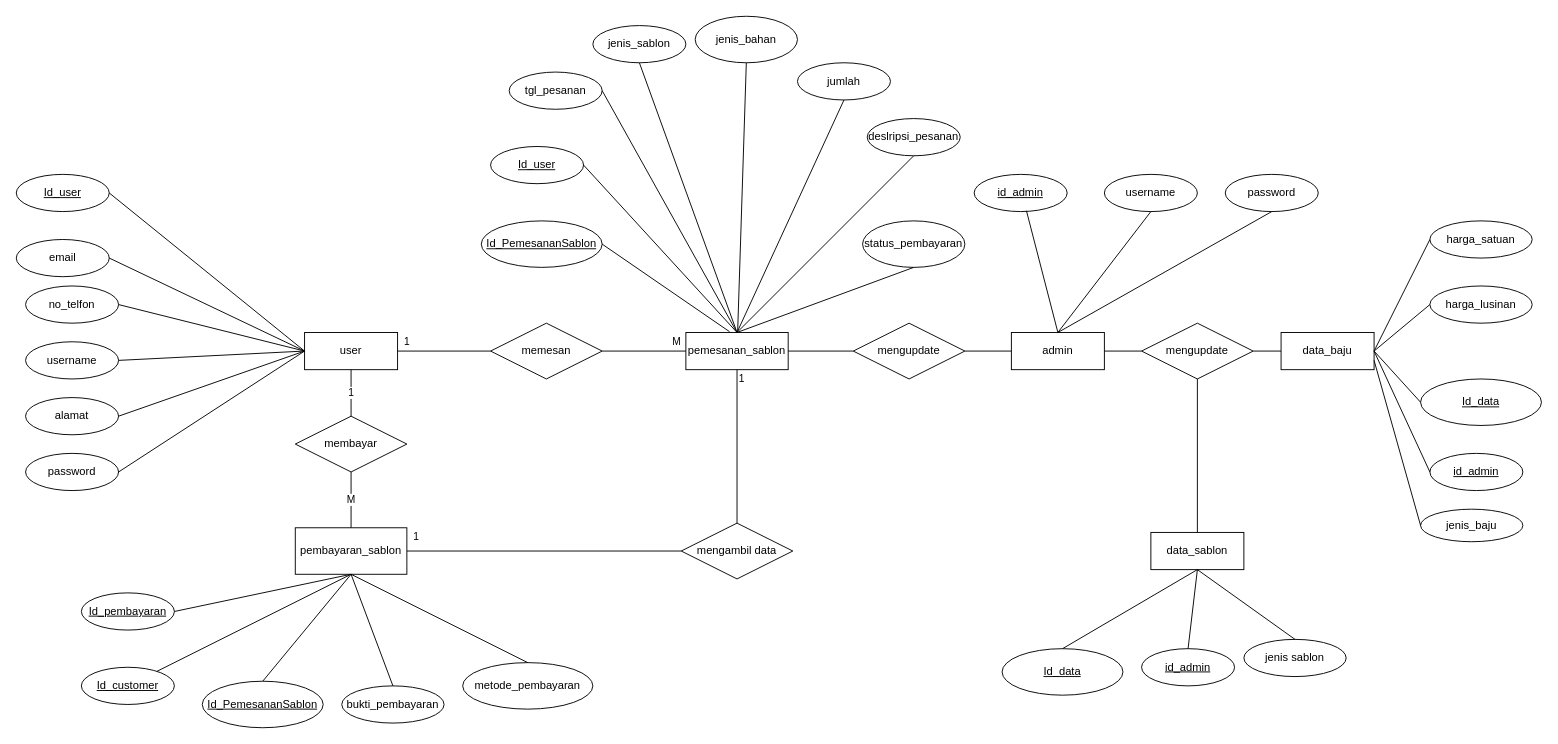
Earlier version of the draw.io diagram ERD projek 1.drawio (zzarr/SC). Source tidied: cells renumbered, new cells numbered last; positions are measured from the earlier drawing's top-left corner, leaving out a move shared by most shapes. Both pictures are drawn from the tidied source at 93%, with x=0, y=0 at pixel (16, 16).
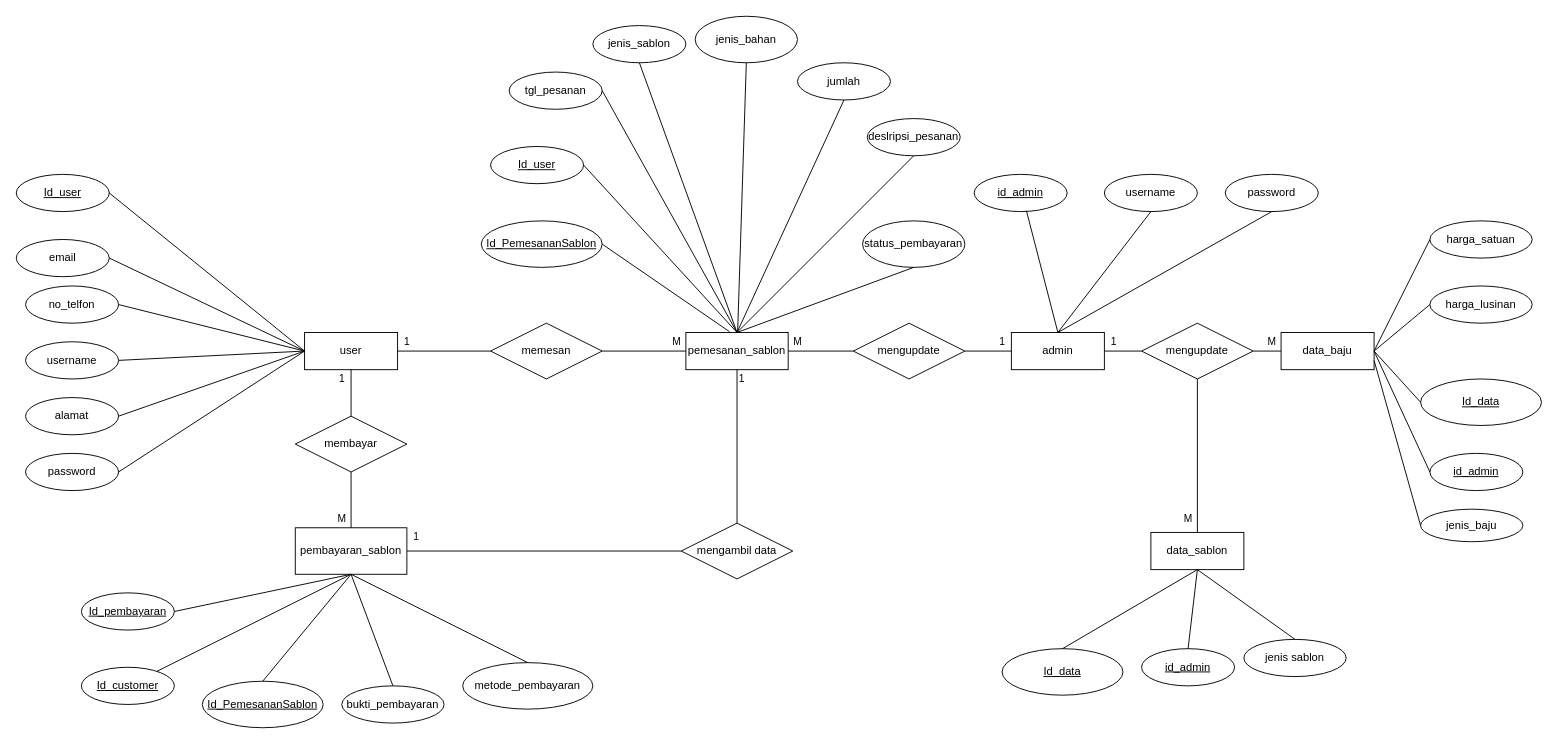
The same diagram, later.

Unchanged cells that the change refers to:
```xml
<mxCell id="2" value="user" style="whiteSpace=wrap;html=1;align=center;" parent="1" vertex="1">
  <mxGeometry x="310" y="340" width="100" height="40" as="geometry" />
</mxCell>
<mxCell id="3" value="admin" style="whiteSpace=wrap;html=1;align=center;" parent="1" vertex="1">
  <mxGeometry x="1070" y="340" width="100" height="40" as="geometry" />
</mxCell>
<mxCell id="4" value="pembayaran_sablon" style="whiteSpace=wrap;html=1;align=center;" parent="1" vertex="1">
  <mxGeometry x="300" y="550" width="120" height="50" as="geometry" />
</mxCell>
<mxCell id="5" value="data_sablon" style="whiteSpace=wrap;html=1;align=center;" parent="1" vertex="1">
  <mxGeometry x="1220" y="555" width="100" height="40" as="geometry" />
</mxCell>
<mxCell id="26" value="pemesanan_sablon" style="whiteSpace=wrap;html=1;align=center;" parent="1" vertex="1">
  <mxGeometry x="720" y="340" width="110" height="40" as="geometry" />
</mxCell>
<mxCell id="27" value="data_baju" style="whiteSpace=wrap;html=1;align=center;" parent="1" vertex="1">
  <mxGeometry x="1360" y="340" width="100" height="40" as="geometry" />
</mxCell>
<mxCell id="35" value="mengupdate" style="shape=rhombus;perimeter=rhombusPerimeter;whiteSpace=wrap;html=1;align=center;" parent="1" vertex="1">
  <mxGeometry x="900" y="330" width="120" height="60" as="geometry" />
</mxCell>
<mxCell id="38" value="membayar" style="shape=rhombus;perimeter=rhombusPerimeter;whiteSpace=wrap;html=1;align=center;" parent="1" vertex="1">
  <mxGeometry x="300" y="430" width="120" height="60" as="geometry" />
</mxCell>
<mxCell id="70" value="mengupdate" style="shape=rhombus;perimeter=rhombusPerimeter;whiteSpace=wrap;html=1;align=center;" parent="1" vertex="1">
  <mxGeometry x="1210" y="330" width="120" height="60" as="geometry" />
</mxCell>
```

Diff of the diagram source:
```diff
@@
-    <mxCell id="36" style="endArrow=none;html=1;rounded=0;entryX=0;entryY=0.5;entryDx=0;entryDy=0;exitX=1;exitY=0.5;exitDx=0;exitDy=0;" parent="1" edge="1" source="26" target="35">
-      <mxGeometry relative="1" as="geometry" />
+    <mxCell id="36" value="M" style="endArrow=none;html=1;rounded=0;entryX=0;entryY=0.5;entryDx=0;entryDy=0;exitX=1;exitY=0.5;exitDx=0;exitDy=0;" parent="1" edge="1" source="26" target="35">
+      <mxGeometry x="-0.71" y="10" relative="1" as="geometry" />
     </mxCell>
-    <mxCell id="37" style="endArrow=none;html=1;rounded=0;entryX=0;entryY=0.5;entryDx=0;entryDy=0;exitX=1;exitY=0.5;exitDx=0;exitDy=0;" parent="1" edge="1" source="35" target="3">
-      <mxGeometry relative="1" as="geometry" />
+    <mxCell id="37" value="1" style="endArrow=none;html=1;rounded=0;entryX=0;entryY=0.5;entryDx=0;entryDy=0;exitX=1;exitY=0.5;exitDx=0;exitDy=0;" parent="1" edge="1" source="35" target="3">
+      <mxGeometry x="0.6" y="10" relative="1" as="geometry" />
     </mxCell>
@@
     <mxCell id="39" value="1" style="endArrow=none;html=1;rounded=0;exitX=0.5;exitY=1;exitDx=0;exitDy=0;entryX=0.5;entryY=0;entryDx=0;entryDy=0;" parent="1" edge="1" source="2" target="38">
-      <mxGeometry relative="1" as="geometry" />
+      <mxGeometry x="-0.6" y="-10" relative="1" as="geometry" />
     </mxCell>
     <mxCell id="40" value="M" style="endArrow=none;html=1;rounded=0;exitX=0.5;exitY=1;exitDx=0;exitDy=0;entryX=0.5;entryY=0;entryDx=0;entryDy=0;" parent="1" edge="1" source="38" target="4">
-      <mxGeometry relative="1" as="geometry" />
+      <mxGeometry x="0.67" y="-10" relative="1" as="geometry" />
     </mxCell>
@@
-    <mxCell id="71" style="endArrow=none;html=1;rounded=0;entryX=0;entryY=0.5;entryDx=0;entryDy=0;exitX=1;exitY=0.5;exitDx=0;exitDy=0;" parent="1" edge="1" source="3" target="70">
-      <mxGeometry relative="1" as="geometry" />
+    <mxCell id="71" value="1" style="endArrow=none;html=1;rounded=0;entryX=0;entryY=0.5;entryDx=0;entryDy=0;exitX=1;exitY=0.5;exitDx=0;exitDy=0;" parent="1" edge="1" source="3" target="70">
+      <mxGeometry x="-0.5" y="10" relative="1" as="geometry" />
     </mxCell>
-    <mxCell id="72" style="endArrow=none;html=1;rounded=0;entryX=0;entryY=0.5;entryDx=0;entryDy=0;exitX=1;exitY=0.5;exitDx=0;exitDy=0;" parent="1" edge="1" source="70" target="27">
-      <mxGeometry relative="1" as="geometry" />
+    <mxCell id="72" value="M" style="endArrow=none;html=1;rounded=0;entryX=0;entryY=0.5;entryDx=0;entryDy=0;exitX=1;exitY=0.5;exitDx=0;exitDy=0;" parent="1" edge="1" source="70" target="27">
+      <mxGeometry x="0.33" y="10" relative="1" as="geometry" />
     </mxCell>
@@
-    <mxCell id="76" style="endArrow=none;html=1;rounded=0;entryX=0.5;entryY=1;entryDx=0;entryDy=0;exitX=0.5;exitY=0;exitDx=0;exitDy=0;" parent="1" edge="1" source="5" target="70">
-      <mxGeometry relative="1" as="geometry" />
+    <mxCell id="76" value="M" style="endArrow=none;html=1;rounded=0;entryX=0.5;entryY=1;entryDx=0;entryDy=0;exitX=0.5;exitY=0;exitDx=0;exitDy=0;" parent="1" edge="1" source="5" target="70">
+      <mxGeometry x="-0.82" y="10" relative="1" as="geometry" />
     </mxCell>
```
